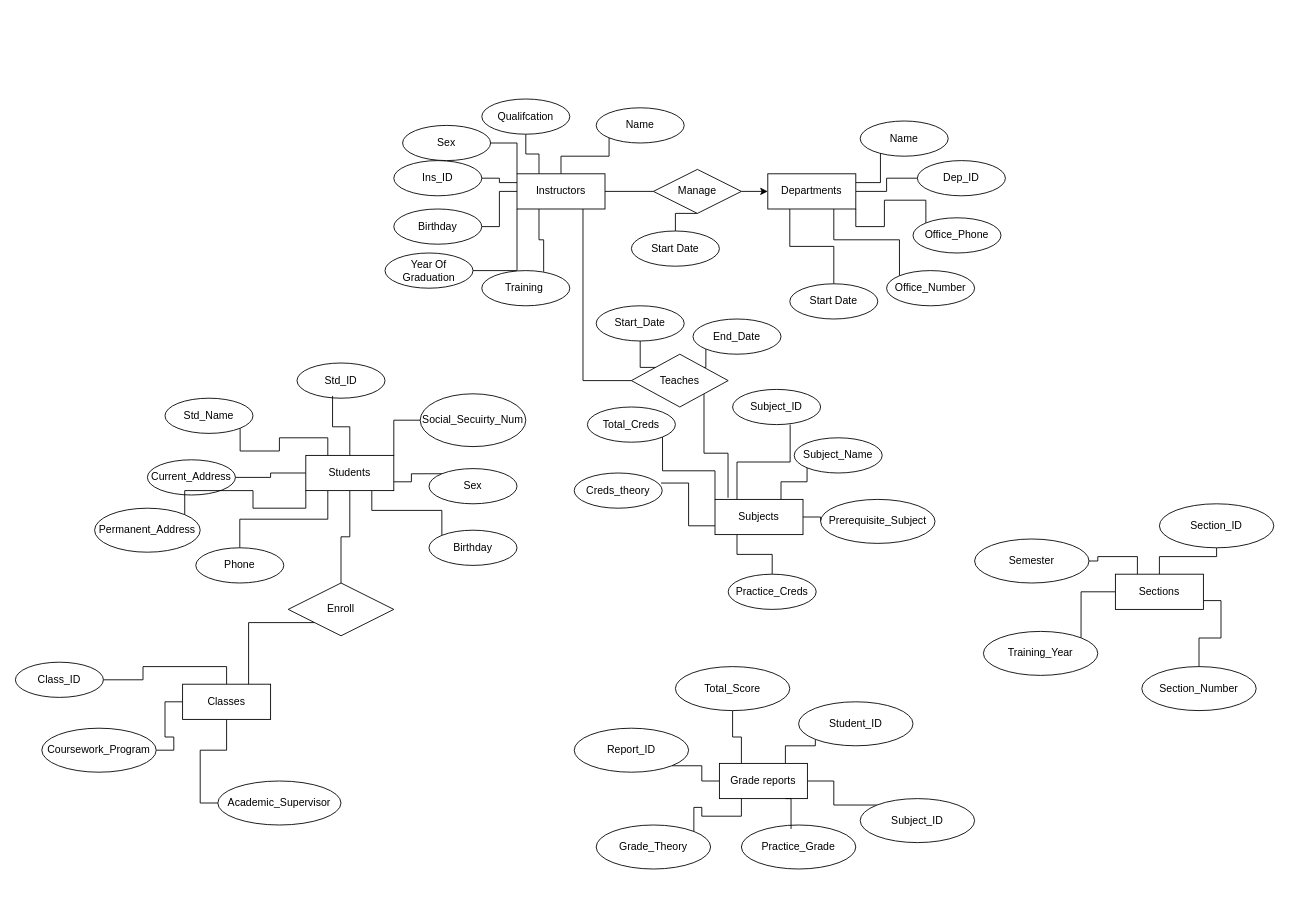
The draw.io diagram Lab3.drawio in QuanTran05/ERD, before the edit. Source tidied: cells renumbered, new cells numbered last; positions are measured from the earlier drawing's top-left corner, leaving out a move shared by most shapes. Both pictures are drawn from the tidied source at 88%, with x=0, y=0 at pixel (15, 99).
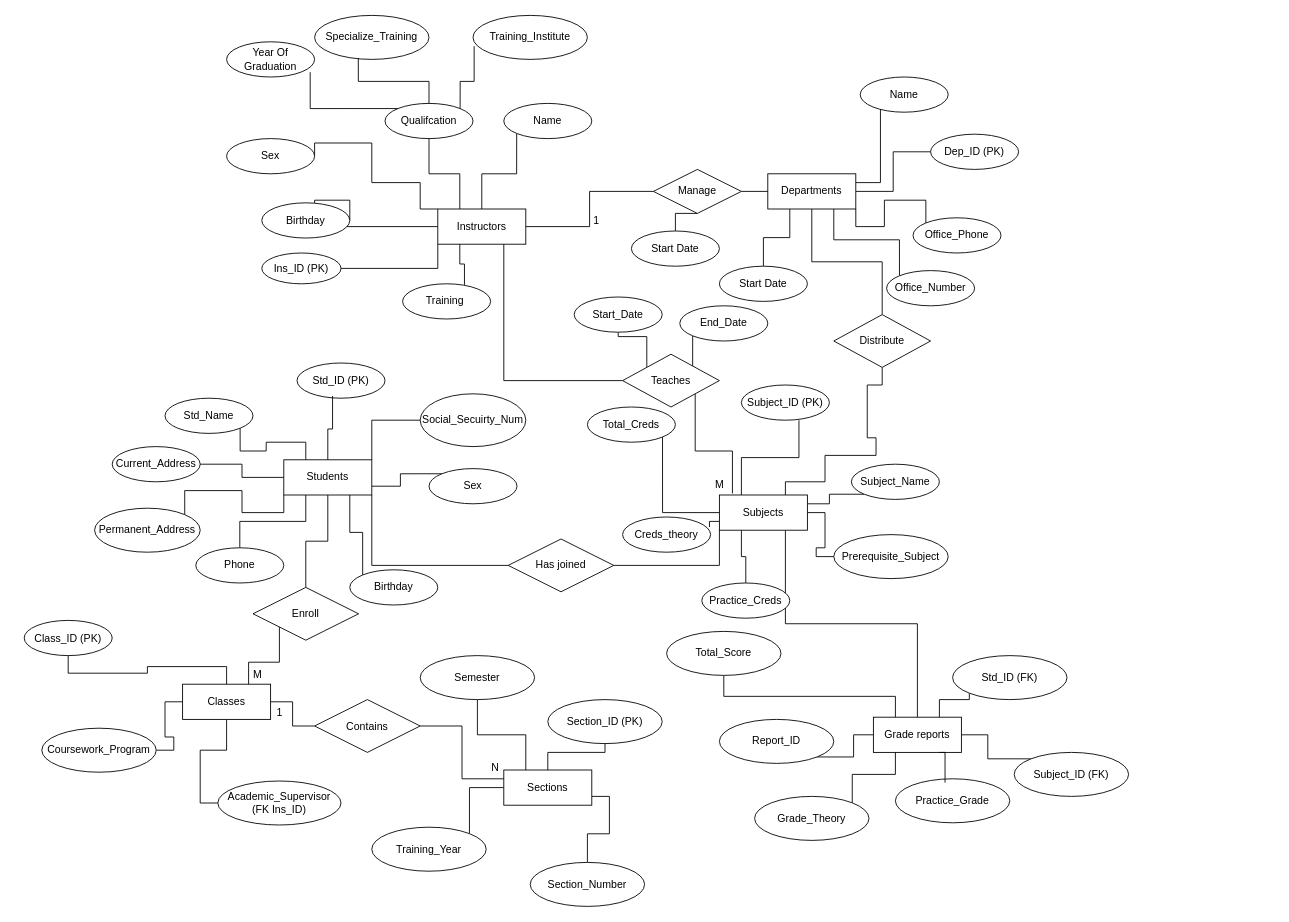
The same diagram, later.

Unchanged cells that the change refers to:
```xml
<mxCell id="6" value="Departments" style="whiteSpace=wrap;html=1;align=center;" parent="1" vertex="1">
  <mxGeometry x="855" y="85" width="100" height="40" as="geometry" />
</mxCell>
<mxCell id="22" value="Manage" style="shape=rhombus;perimeter=rhombusPerimeter;whiteSpace=wrap;html=1;align=center;" parent="1" vertex="1">
  <mxGeometry x="725" y="80" width="100" height="50" as="geometry" />
</mxCell>
<mxCell id="48" value="Classes" style="whiteSpace=wrap;html=1;align=center;" parent="1" vertex="1">
  <mxGeometry x="190" y="665" width="100" height="40" as="geometry" />
</mxCell>
<mxCell id="68" value="Total_Creds" style="ellipse;whiteSpace=wrap;html=1;align=center;" parent="1" vertex="1">
  <mxGeometry x="650" y="350" width="100" height="40" as="geometry" />
</mxCell>
```

The edit, as a diff of the source:
```diff
@@
+    <mxCell id="102" style="edgeStyle=orthogonalEdgeStyle;rounded=0;jettySize=auto;html=1;exitX=0.5;exitY=1;exitDx=0;exitDy=0;entryX=0.5;entryY=0;entryDx=0;entryDy=0;endArrow=none;startFill=0;" parent="1" edge="1" source="6" target="107">
+      <mxGeometry relative="1" as="geometry" />
+    </mxCell>
@@
-    <mxCell id="7" style="edgeStyle=orthogonalEdgeStyle;rounded=0;jettySize=auto;html=1;exitX=0;exitY=1;exitDx=0;exitDy=0;entryX=1;entryY=0.5;entryDx=0;entryDy=0;endArrow=none;startFill=0;" parent="1" edge="1" source="13" target="59">
-      <mxGeometry relative="1" as="geometry" />
-    </mxCell>
-    <mxCell id="8" style="edgeStyle=orthogonalEdgeStyle;rounded=0;jettySize=auto;html=1;exitX=0;exitY=0.5;exitDx=0;exitDy=0;endArrow=none;startFill=0;" parent="1" edge="1" source="13" target="23">
-      <mxGeometry relative="1" as="geometry" />
+    <mxCell id="8" style="edgeStyle=orthogonalEdgeStyle;rounded=0;jettySize=auto;html=1;exitX=0;exitY=0.5;exitDx=0;exitDy=0;endArrow=none;startFill=0;entryX=1;entryY=0.5;entryDx=0;entryDy=0;" parent="1" edge="1" source="13" target="23">
+      <mxGeometry relative="1" as="geometry">
+        <Array as="points">
+          <mxPoint x="340" y="145" />
+          <mxPoint x="340" y="115" />
+        </Array>
+      </mxGeometry>
     </mxCell>
-    <mxCell id="9" style="edgeStyle=orthogonalEdgeStyle;rounded=0;jettySize=auto;html=1;exitX=0;exitY=0.25;exitDx=0;exitDy=0;entryX=1;entryY=0.5;entryDx=0;entryDy=0;endArrow=none;startFill=0;" parent="1" edge="1" source="13" target="24">
+    <mxCell id="9" style="edgeStyle=orthogonalEdgeStyle;rounded=0;jettySize=auto;html=1;exitX=0;exitY=1;exitDx=0;exitDy=0;entryX=1;entryY=0.5;entryDx=0;entryDy=0;endArrow=none;startFill=0;" parent="1" edge="1" source="13" target="24">
       <mxGeometry relative="1" as="geometry" />
     </mxCell>
     <mxCell id="10" style="edgeStyle=orthogonalEdgeStyle;rounded=0;jettySize=auto;html=1;exitX=0;exitY=0;exitDx=0;exitDy=0;entryX=1;entryY=0.5;entryDx=0;entryDy=0;endArrow=none;startFill=0;" parent="1" edge="1" source="13" target="28">
-      <mxGeometry relative="1" as="geometry" />
+      <mxGeometry relative="1" as="geometry">
+        <Array as="points">
+          <mxPoint x="460" y="125" />
+          <mxPoint x="460" y="95" />
+          <mxPoint x="405" y="95" />
+          <mxPoint x="405" y="50" />
+        </Array>
+      </mxGeometry>
     </mxCell>
@@
     <mxCell id="13" value="Instructors" style="whiteSpace=wrap;html=1;align=center;" parent="1" vertex="1">
-      <mxGeometry x="570" y="85" width="100" height="40" as="geometry" />
+      <mxGeometry x="480" y="125" width="100" height="40" as="geometry" />
     </mxCell>
     <mxCell id="14" value="Start Date" style="ellipse;whiteSpace=wrap;html=1;align=center;" parent="1" vertex="1">
-      <mxGeometry x="880" y="210" width="100" height="40" as="geometry" />
+      <mxGeometry x="800" y="190" width="100" height="40" as="geometry" />
     </mxCell>
@@
-    <mxCell id="17" value="Dep_ID" style="ellipse;whiteSpace=wrap;html=1;align=center;" parent="1" vertex="1">
-      <mxGeometry x="1025" y="70" width="100" height="40" as="geometry" />
+    <mxCell id="17" value="Dep_ID (PK)" style="ellipse;whiteSpace=wrap;html=1;align=center;" parent="1" vertex="1">
+      <mxGeometry x="1040" y="40" width="100" height="40" as="geometry" />
     </mxCell>
     <mxCell id="18" value="Name" style="ellipse;whiteSpace=wrap;html=1;align=center;" parent="1" vertex="1">
-      <mxGeometry x="960" y="25" width="100" height="40" as="geometry" />
+      <mxGeometry x="960" y="-25" width="100" height="40" as="geometry" />
     </mxCell>
@@
-    <mxCell id="21" style="edgeStyle=orthogonalEdgeStyle;rounded=0;jettySize=auto;html=1;exitX=1;exitY=0.5;exitDx=0;exitDy=0;entryX=0;entryY=0.5;entryDx=0;entryDy=0;" parent="1" edge="1" source="22" target="6">
+    <mxCell id="21" style="edgeStyle=orthogonalEdgeStyle;rounded=0;jettySize=auto;html=1;exitX=1;exitY=0.5;exitDx=0;exitDy=0;entryX=0;entryY=0.5;entryDx=0;entryDy=0;endArrow=none;startFill=0;" parent="1" edge="1" source="22" target="6">
       <mxGeometry relative="1" as="geometry" />
     </mxCell>
@@
     <mxCell id="23" value="Birthday" style="ellipse;whiteSpace=wrap;html=1;align=center;" parent="1" vertex="1">
-      <mxGeometry x="430" y="125" width="100" height="40" as="geometry" />
+      <mxGeometry x="280" y="118" width="100" height="40" as="geometry" />
     </mxCell>
-    <mxCell id="24" value="Ins_ID" style="ellipse;whiteSpace=wrap;html=1;align=center;" parent="1" vertex="1">
-      <mxGeometry x="430" y="70" width="100" height="40" as="geometry" />
+    <mxCell id="24" value="Ins_ID (PK)" style="ellipse;whiteSpace=wrap;html=1;align=center;" parent="1" vertex="1">
+      <mxGeometry x="280" y="175" width="90" height="35" as="geometry" />
     </mxCell>
     <mxCell id="25" value="Creds_theory" style="ellipse;whiteSpace=wrap;html=1;align=center;" parent="1" vertex="1">
-      <mxGeometry x="635" y="425" width="100" height="40" as="geometry" />
+      <mxGeometry x="690" y="475" width="100" height="40" as="geometry" />
     </mxCell>
     <mxCell id="26" value="Training&amp;nbsp;" style="ellipse;whiteSpace=wrap;html=1;align=center;" parent="1" vertex="1">
-      <mxGeometry x="530" y="195" width="100" height="40" as="geometry" />
+      <mxGeometry x="440" y="210" width="100" height="40" as="geometry" />
     </mxCell>
     <mxCell id="27" value="Name" style="ellipse;whiteSpace=wrap;html=1;align=center;" parent="1" vertex="1">
-      <mxGeometry x="660" y="10" width="100" height="40" as="geometry" />
+      <mxGeometry x="555" y="5" width="100" height="40" as="geometry" />
     </mxCell>
     <mxCell id="28" value="Sex" style="ellipse;whiteSpace=wrap;html=1;align=center;" parent="1" vertex="1">
-      <mxGeometry x="440" y="30" width="100" height="40" as="geometry" />
+      <mxGeometry x="240" y="45" width="100" height="40" as="geometry" />
     </mxCell>
     <mxCell id="29" value="Qualifcation" style="ellipse;whiteSpace=wrap;html=1;align=center;" parent="1" vertex="1">
-      <mxGeometry x="530" width="100" height="40" as="geometry" />
+      <mxGeometry x="420" y="5" width="100" height="40" as="geometry" />
     </mxCell>
     <mxCell id="30" value="Current_Address" style="ellipse;whiteSpace=wrap;html=1;align=center;" parent="1" vertex="1">
-      <mxGeometry x="150" y="410" width="100" height="40" as="geometry" />
+      <mxGeometry x="110" y="395" width="100" height="40" as="geometry" />
     </mxCell>
@@
+    <mxCell id="103" style="edgeStyle=orthogonalEdgeStyle;rounded=0;jettySize=auto;html=1;exitX=1;exitY=1;exitDx=0;exitDy=0;entryX=0;entryY=0.5;entryDx=0;entryDy=0;endArrow=none;startFill=0;" parent="1" edge="1" source="39" target="119">
+      <mxGeometry relative="1" as="geometry" />
+    </mxCell>
     <mxCell id="39" value="Students" style="whiteSpace=wrap;html=1;align=center;" parent="1" vertex="1">
-      <mxGeometry x="330" y="405" width="100" height="40" as="geometry" />
+      <mxGeometry x="305" y="410" width="100" height="40" as="geometry" />
     </mxCell>
@@
-    <mxCell id="41" style="edgeStyle=orthogonalEdgeStyle;rounded=0;jettySize=auto;html=1;exitX=0.75;exitY=0;exitDx=0;exitDy=0;entryX=0;entryY=1;entryDx=0;entryDy=0;endArrow=none;startFill=0;" parent="1" edge="1" source="44" target="74">
+    <mxCell id="41" style="edgeStyle=orthogonalEdgeStyle;rounded=0;jettySize=auto;html=1;exitX=1;exitY=0.25;exitDx=0;exitDy=0;entryX=0;entryY=1;entryDx=0;entryDy=0;endArrow=none;startFill=0;" parent="1" edge="1" source="44" target="74">
       <mxGeometry relative="1" as="geometry" />
     </mxCell>
-    <mxCell id="42" style="edgeStyle=orthogonalEdgeStyle;rounded=0;jettySize=auto;html=1;exitX=0;exitY=0;exitDx=0;exitDy=0;entryX=1;entryY=1;entryDx=0;entryDy=0;endArrow=none;startFill=0;" parent="1" edge="1" source="44" target="68">
+    <mxCell id="42" style="edgeStyle=orthogonalEdgeStyle;rounded=0;jettySize=auto;html=1;exitX=0;exitY=0.5;exitDx=0;exitDy=0;entryX=1;entryY=1;entryDx=0;entryDy=0;endArrow=none;startFill=0;" parent="1" edge="1" source="44" target="68">
       <mxGeometry relative="1" as="geometry" />
     </mxCell>
@@
+    <mxCell id="104" style="edgeStyle=orthogonalEdgeStyle;rounded=0;jettySize=auto;html=1;exitX=0.75;exitY=1;exitDx=0;exitDy=0;entryX=0.5;entryY=0;entryDx=0;entryDy=0;endArrow=none;startFill=0;" parent="1" edge="1" source="44" target="53">
+      <mxGeometry relative="1" as="geometry" />
+    </mxCell>
     <mxCell id="44" value="Subjects" style="whiteSpace=wrap;html=1;align=center;" parent="1" vertex="1">
-      <mxGeometry x="795" y="455" width="100" height="40" as="geometry" />
+      <mxGeometry x="800" y="450" width="100" height="40" as="geometry" />
     </mxCell>
@@
+    <mxCell id="105" style="edgeStyle=orthogonalEdgeStyle;rounded=0;jettySize=auto;html=1;exitX=1;exitY=0.5;exitDx=0;exitDy=0;entryX=0;entryY=0.5;entryDx=0;entryDy=0;endArrow=none;startFill=0;" parent="1" edge="1" source="48" target="115">
+      <mxGeometry relative="1" as="geometry" />
+    </mxCell>
@@
     <mxCell id="53" value="Grade reports" style="whiteSpace=wrap;html=1;align=center;" parent="1" vertex="1">
-      <mxGeometry x="800" y="755" width="100" height="40" as="geometry" />
+      <mxGeometry x="975" y="702.5" width="100" height="40" as="geometry" />
     </mxCell>
@@
     <mxCell id="58" value="Sections" style="whiteSpace=wrap;html=1;align=center;" parent="1" vertex="1">
-      <mxGeometry x="1250" y="540" width="100" height="40" as="geometry" />
+      <mxGeometry x="555" y="762.5" width="100" height="40" as="geometry" />
     </mxCell>
     <mxCell id="59" value="Year Of Graduation" style="ellipse;whiteSpace=wrap;html=1;align=center;" parent="1" vertex="1">
-      <mxGeometry x="420" y="175" width="100" height="40" as="geometry" />
+      <mxGeometry x="240" y="-65" width="100" height="40" as="geometry" />
     </mxCell>
@@
-    <mxCell id="62" value="Std_ID" style="ellipse;whiteSpace=wrap;html=1;align=center;" parent="1" vertex="1">
+    <mxCell id="62" value="Std_ID (PK)" style="ellipse;whiteSpace=wrap;html=1;align=center;" parent="1" vertex="1">
       <mxGeometry x="320" y="300" width="100" height="40" as="geometry" />
     </mxCell>
@@
     <mxCell id="66" value="Birthday" style="ellipse;whiteSpace=wrap;html=1;align=center;" parent="1" vertex="1">
-      <mxGeometry x="470" y="490" width="100" height="40" as="geometry" />
+      <mxGeometry x="380" y="535" width="100" height="40" as="geometry" />
     </mxCell>
@@
     <mxCell id="69" value="Practice_Creds" style="ellipse;whiteSpace=wrap;html=1;align=center;" parent="1" vertex="1">
-      <mxGeometry x="810" y="540" width="100" height="40" as="geometry" />
+      <mxGeometry x="780" y="550" width="100" height="40" as="geometry" />
     </mxCell>
     <mxCell id="70" value="Prerequisite_Subject" style="ellipse;whiteSpace=wrap;html=1;align=center;" parent="1" vertex="1">
-      <mxGeometry x="915" y="455" width="130" height="50" as="geometry" />
+      <mxGeometry x="930" y="495" width="130" height="50" as="geometry" />
     </mxCell>
@@
-    <mxCell id="72" value="Subject_ID" style="ellipse;whiteSpace=wrap;html=1;align=center;" parent="1" vertex="1">
-      <mxGeometry x="815" y="330" width="100" height="40" as="geometry" />
+    <mxCell id="72" value="Subject_ID (PK)" style="ellipse;whiteSpace=wrap;html=1;align=center;" parent="1" vertex="1">
+      <mxGeometry x="825" y="325" width="100" height="40" as="geometry" />
     </mxCell>
@@
     <mxCell id="74" value="Subject_Name" style="ellipse;whiteSpace=wrap;html=1;align=center;" parent="1" vertex="1">
-      <mxGeometry x="885" y="385" width="100" height="40" as="geometry" />
+      <mxGeometry x="950" y="415" width="100" height="40" as="geometry" />
     </mxCell>
-    <mxCell id="75" value="Class_ID" style="ellipse;whiteSpace=wrap;html=1;align=center;" parent="1" vertex="1">
-      <mxGeometry y="640" width="100" height="40" as="geometry" />
+    <mxCell id="75" value="Class_ID (PK)" style="ellipse;whiteSpace=wrap;html=1;align=center;" parent="1" vertex="1">
+      <mxGeometry x="10" y="592.5" width="100" height="40" as="geometry" />
     </mxCell>
@@
-    <mxCell id="77" value="Academic_Supervisor" style="ellipse;whiteSpace=wrap;html=1;align=center;" parent="1" vertex="1">
+    <mxCell id="77" value="Academic_Supervisor (FK Ins_ID)" style="ellipse;whiteSpace=wrap;html=1;align=center;" parent="1" vertex="1">
       <mxGeometry x="230" y="775" width="140" height="50" as="geometry" />
     </mxCell>
     <mxCell id="78" value="Training_Year" style="ellipse;whiteSpace=wrap;html=1;align=center;" parent="1" vertex="1">
-      <mxGeometry x="1100" y="605" width="130" height="50" as="geometry" />
+      <mxGeometry x="405" y="827.5" width="130" height="50" as="geometry" />
     </mxCell>
     <mxCell id="79" value="Section_Number" style="ellipse;whiteSpace=wrap;html=1;align=center;" parent="1" vertex="1">
-      <mxGeometry x="1280" y="645" width="130" height="50" as="geometry" />
+      <mxGeometry x="585" y="867.5" width="130" height="50" as="geometry" />
     </mxCell>
-    <mxCell id="80" value="Section_ID" style="ellipse;whiteSpace=wrap;html=1;align=center;" parent="1" vertex="1">
-      <mxGeometry x="1300" y="460" width="130" height="50" as="geometry" />
+    <mxCell id="80" value="Section_ID (PK)" style="ellipse;whiteSpace=wrap;html=1;align=center;" parent="1" vertex="1">
+      <mxGeometry x="605" y="682.5" width="130" height="50" as="geometry" />
     </mxCell>
     <mxCell id="81" value="Semester" style="ellipse;whiteSpace=wrap;html=1;align=center;" parent="1" vertex="1">
-      <mxGeometry x="1090" y="500" width="130" height="50" as="geometry" />
+      <mxGeometry x="460" y="632.5" width="130" height="50" as="geometry" />
     </mxCell>
     <mxCell id="82" value="Grade_Theory" style="ellipse;whiteSpace=wrap;html=1;align=center;" parent="1" vertex="1">
-      <mxGeometry x="660" y="825" width="130" height="50" as="geometry" />
+      <mxGeometry x="840" y="792.5" width="130" height="50" as="geometry" />
     </mxCell>
     <mxCell id="83" value="Total_Score" style="ellipse;whiteSpace=wrap;html=1;align=center;" parent="1" vertex="1">
-      <mxGeometry x="750" y="645" width="130" height="50" as="geometry" />
+      <mxGeometry x="740" y="605" width="130" height="50" as="geometry" />
     </mxCell>
-    <mxCell id="84" value="Student_ID" style="ellipse;whiteSpace=wrap;html=1;align=center;" parent="1" vertex="1">
-      <mxGeometry x="890" y="685" width="130" height="50" as="geometry" />
+    <mxCell id="84" value="Std_ID (FK)" style="ellipse;whiteSpace=wrap;html=1;align=center;" parent="1" vertex="1">
+      <mxGeometry x="1065" y="632.5" width="130" height="50" as="geometry" />
     </mxCell>
     <mxCell id="85" value="Practice_Grade" style="ellipse;whiteSpace=wrap;html=1;align=center;" parent="1" vertex="1">
-      <mxGeometry x="825" y="825" width="130" height="50" as="geometry" />
+      <mxGeometry x="1000" y="772.5" width="130" height="50" as="geometry" />
     </mxCell>
     <mxCell id="86" value="Report_ID" style="ellipse;whiteSpace=wrap;html=1;align=center;" parent="1" vertex="1">
-      <mxGeometry x="635" y="715" width="130" height="50" as="geometry" />
+      <mxGeometry x="800" y="705" width="130" height="50" as="geometry" />
     </mxCell>
-    <mxCell id="87" value="Subject_ID" style="ellipse;whiteSpace=wrap;html=1;align=center;" parent="1" vertex="1">
-      <mxGeometry x="960" y="795" width="130" height="50" as="geometry" />
+    <mxCell id="87" value="Subject_ID (FK)" style="ellipse;whiteSpace=wrap;html=1;align=center;" parent="1" vertex="1">
+      <mxGeometry x="1135" y="742.5" width="130" height="50" as="geometry" />
     </mxCell>
@@
     <mxCell id="95" value="Enroll" style="shape=rhombus;perimeter=rhombusPerimeter;whiteSpace=wrap;html=1;align=center;" parent="1" vertex="1">
-      <mxGeometry x="310" y="550" width="120" height="60" as="geometry" />
+      <mxGeometry x="270" y="555" width="120" height="60" as="geometry" />
     </mxCell>
@@
     <mxCell id="98" value="Teaches" style="shape=rhombus;perimeter=rhombusPerimeter;whiteSpace=wrap;html=1;align=center;" parent="1" vertex="1">
-      <mxGeometry x="700" y="290" width="110" height="60" as="geometry" />
+      <mxGeometry x="690" y="290" width="110" height="60" as="geometry" />
     </mxCell>
@@
     <mxCell id="100" value="End_Date" style="ellipse;whiteSpace=wrap;html=1;align=center;" parent="1" vertex="1">
-      <mxGeometry x="770" y="250" width="100" height="40" as="geometry" />
+      <mxGeometry x="755" y="235" width="100" height="40" as="geometry" />
     </mxCell>
     <mxCell id="101" value="Start_Date" style="ellipse;whiteSpace=wrap;html=1;align=center;" parent="1" vertex="1">
-      <mxGeometry x="660" y="235" width="100" height="40" as="geometry" />
+      <mxGeometry x="635" y="225" width="100" height="40" as="geometry" />
     </mxCell>
+    <mxCell id="106" style="edgeStyle=orthogonalEdgeStyle;rounded=0;jettySize=auto;html=1;exitX=0.5;exitY=1;exitDx=0;exitDy=0;entryX=0.75;entryY=0;entryDx=0;entryDy=0;endArrow=none;startFill=0;" parent="1" edge="1" source="107" target="44">
+      <mxGeometry relative="1" as="geometry">
+        <Array as="points">
+          <mxPoint x="968" y="325" />
+          <mxPoint x="968" y="385" />
+          <mxPoint x="978" y="385" />
+          <mxPoint x="978" y="405" />
+          <mxPoint x="920" y="405" />
+          <mxPoint x="920" y="435" />
+          <mxPoint x="875" y="435" />
+        </Array>
+      </mxGeometry>
+    </mxCell>
+    <mxCell id="107" value="Distribute" style="shape=rhombus;perimeter=rhombusPerimeter;whiteSpace=wrap;html=1;align=center;" parent="1" vertex="1">
+      <mxGeometry x="930" y="245" width="110" height="60" as="geometry" />
+    </mxCell>
+    <mxCell id="108" value="M" style="text;html=1;align=center;verticalAlign=middle;strokeColor=none;fillColor=none;" parent="1" vertex="1">
+      <mxGeometry x="260" y="640" width="30" height="30" as="geometry" />
+    </mxCell>
+    <mxCell id="109" style="edgeStyle=orthogonalEdgeStyle;rounded=0;jettySize=auto;html=1;exitX=0;exitY=0;exitDx=0;exitDy=0;entryX=0.95;entryY=0.863;entryDx=0;entryDy=0;entryPerimeter=0;endArrow=none;startFill=0;" parent="1" edge="1" source="29" target="59">
+      <mxGeometry relative="1" as="geometry" />
+    </mxCell>
+    <mxCell id="110" value="Specialize_Training" style="ellipse;whiteSpace=wrap;html=1;align=center;" parent="1" vertex="1">
+      <mxGeometry x="340" y="-95" width="130" height="50" as="geometry" />
+    </mxCell>
+    <mxCell id="111" style="edgeStyle=orthogonalEdgeStyle;rounded=0;jettySize=auto;html=1;exitX=0.5;exitY=0;exitDx=0;exitDy=0;entryX=0.382;entryY=0.974;entryDx=0;entryDy=0;entryPerimeter=0;endArrow=none;startFill=0;" parent="1" edge="1" source="29" target="110">
+      <mxGeometry relative="1" as="geometry" />
+    </mxCell>
+    <mxCell id="112" value="Training_Institute" style="ellipse;whiteSpace=wrap;html=1;align=center;" parent="1" vertex="1">
+      <mxGeometry x="520" y="-95" width="130" height="50" as="geometry" />
+    </mxCell>
+    <mxCell id="113" style="edgeStyle=orthogonalEdgeStyle;rounded=0;jettySize=auto;html=1;exitX=1;exitY=0;exitDx=0;exitDy=0;entryX=0.01;entryY=0.699;entryDx=0;entryDy=0;entryPerimeter=0;endArrow=none;startFill=0;" parent="1" edge="1" source="29" target="112">
+      <mxGeometry relative="1" as="geometry" />
+    </mxCell>
+    <mxCell id="114" style="edgeStyle=orthogonalEdgeStyle;rounded=0;jettySize=auto;html=1;exitX=1;exitY=0.5;exitDx=0;exitDy=0;entryX=0;entryY=0.25;entryDx=0;entryDy=0;endArrow=none;startFill=0;" parent="1" edge="1" source="115" target="58">
+      <mxGeometry relative="1" as="geometry" />
+    </mxCell>
+    <mxCell id="115" value="Contains" style="shape=rhombus;perimeter=rhombusPerimeter;whiteSpace=wrap;html=1;align=center;" parent="1" vertex="1">
+      <mxGeometry x="340" y="682.5" width="120" height="60" as="geometry" />
+    </mxCell>
+    <mxCell id="116" value="1" style="text;html=1;align=center;verticalAlign=middle;strokeColor=none;fillColor=none;" parent="1" vertex="1">
+      <mxGeometry x="285" y="683" width="30" height="30" as="geometry" />
+    </mxCell>
+    <mxCell id="117" value="N" style="text;html=1;align=center;verticalAlign=middle;strokeColor=none;fillColor=none;" parent="1" vertex="1">
+      <mxGeometry x="530" y="745" width="30" height="30" as="geometry" />
+    </mxCell>
+    <mxCell id="118" style="edgeStyle=orthogonalEdgeStyle;rounded=0;jettySize=auto;html=1;exitX=1;exitY=0.5;exitDx=0;exitDy=0;entryX=0;entryY=1;entryDx=0;entryDy=0;endArrow=none;startFill=0;" parent="1" edge="1" source="119" target="44">
+      <mxGeometry relative="1" as="geometry" />
+    </mxCell>
+    <mxCell id="119" value="Has joined" style="shape=rhombus;perimeter=rhombusPerimeter;whiteSpace=wrap;html=1;align=center;" parent="1" vertex="1">
+      <mxGeometry x="560" y="500" width="120" height="60" as="geometry" />
+    </mxCell>
+    <mxCell id="120" value="1" style="text;html=1;align=center;verticalAlign=middle;strokeColor=none;fillColor=none;" parent="1" vertex="1">
+      <mxGeometry x="645" y="123" width="30" height="30" as="geometry" />
+    </mxCell>
+    <mxCell id="121" value="M" style="text;html=1;align=center;verticalAlign=middle;strokeColor=none;fillColor=none;" parent="1" vertex="1">
+      <mxGeometry x="785" y="423" width="30" height="30" as="geometry" />
+    </mxCell>
```
